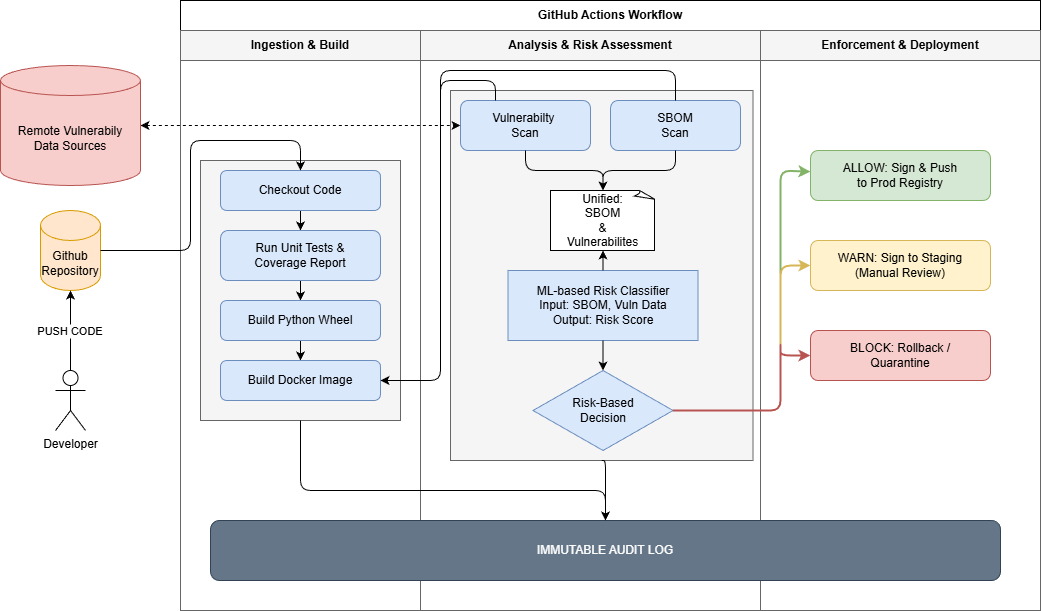
The draw.io diagram documentation/design/high-level-design.drawio.png in castroaj/risk-aware-supply-chain-security, before a commit. Source tidied: cells renumbered, new cells last; positions are measured from the earlier drawing's top-left corner, leaving out a move shared by most shapes. Its diagram source:
```xml
<mxGraphModel>
  <root>
    <mxCell id="0" />
    <mxCell id="1" parent="0" />
    <mxCell id="2" value="GitHub Actions Workflow" style="swimlane;whiteSpace=wrap;html=1;horizontal=1;startSize=30;fontStyle=1;" parent="1" vertex="1">
      <mxGeometry x="180" width="860" height="610" as="geometry" />
    </mxCell>
    <mxCell id="3" value="Ingestion &amp; Build" style="swimlane;whiteSpace=wrap;html=1;startSize=30;strokeColor=#666666;fillColor=#f5f5f5;" parent="2" vertex="1">
      <mxGeometry y="30" width="240" height="580" as="geometry" />
    </mxCell>
    <mxCell id="4" style="rounded=0;whiteSpace=wrap;html=1;fillColor=#f5f5f5;strokeColor=#666666;fontColor=#333333;" parent="3" vertex="1">
      <mxGeometry x="20" y="130" width="200" height="260" as="geometry" />
    </mxCell>
    <mxCell id="5" style="edgeStyle=none;html=1;exitX=0.5;exitY=1;exitDx=0;exitDy=0;" parent="3" edge="1" source="6" target="8">
      <mxGeometry relative="1" as="geometry" />
    </mxCell>
    <mxCell id="6" value="Checkout Code" style="rounded=1;whiteSpace=wrap;html=1;fillColor=#dae8fc;strokeColor=#6c8ebf;" parent="3" vertex="1">
      <mxGeometry x="40" y="140" width="160" height="40" as="geometry" />
    </mxCell>
    <mxCell id="7" style="edgeStyle=none;html=1;exitX=0.5;exitY=1;exitDx=0;exitDy=0;" parent="3" edge="1" source="8" target="10">
      <mxGeometry relative="1" as="geometry" />
    </mxCell>
    <mxCell id="8" value="Run Unit Tests &amp; &#10;Coverage Report" style="rounded=1;whiteSpace=wrap;html=1;fillColor=#dae8fc;strokeColor=#6c8ebf;" parent="3" vertex="1">
      <mxGeometry x="40" y="200" width="160" height="50" as="geometry" />
    </mxCell>
    <mxCell id="9" style="edgeStyle=none;html=1;exitX=0.5;exitY=1;exitDx=0;exitDy=0;" parent="3" edge="1" source="10" target="11">
      <mxGeometry relative="1" as="geometry" />
    </mxCell>
    <mxCell id="10" value="Build Python Wheel" style="rounded=1;whiteSpace=wrap;html=1;fillColor=#dae8fc;strokeColor=#6c8ebf;" parent="3" vertex="1">
      <mxGeometry x="40" y="270" width="160" height="40" as="geometry" />
    </mxCell>
    <mxCell id="11" value="Build Docker Image" style="rounded=1;whiteSpace=wrap;html=1;fillColor=#dae8fc;strokeColor=#6c8ebf;" parent="3" vertex="1">
      <mxGeometry x="40" y="330" width="160" height="40" as="geometry" />
    </mxCell>
    <mxCell id="12" value="Analysis &amp; Risk Assessment" style="swimlane;whiteSpace=wrap;html=1;startSize=30;strokeColor=#666666;fillColor=#f5f5f5;" parent="2" vertex="1">
      <mxGeometry x="240" y="30" width="340" height="580" as="geometry" />
    </mxCell>
    <mxCell id="13" style="rounded=0;whiteSpace=wrap;html=1;fillColor=#f5f5f5;strokeColor=#666666;fontColor=#333333;" parent="12" vertex="1">
      <mxGeometry x="30" y="60" width="302.5" height="370" as="geometry" />
    </mxCell>
    <mxCell id="14" value="Vulnerabilty&amp;nbsp;&lt;div&gt;Scan&lt;/div&gt;" style="rounded=1;whiteSpace=wrap;html=1;fillColor=#dae8fc;strokeColor=#6c8ebf;" parent="12" vertex="1">
      <mxGeometry x="40" y="70" width="130" height="50" as="geometry" />
    </mxCell>
    <mxCell id="15" value="SBOM&lt;br&gt;Scan" style="rounded=1;whiteSpace=wrap;html=1;fillColor=#dae8fc;strokeColor=#6c8ebf;" parent="12" vertex="1">
      <mxGeometry x="190" y="70" width="130" height="50" as="geometry" />
    </mxCell>
    <mxCell id="16" value="ML-based Risk Classifier&#10;Input: SBOM, Vuln Data&#10;Output: Risk Score" style="rounded=0;whiteSpace=wrap;html=1;fillColor=#dae8fc;strokeColor=#6c8ebf;" parent="12" vertex="1">
      <mxGeometry x="87.5" y="240" width="190" height="70" as="geometry" />
    </mxCell>
    <mxCell id="17" value="Risk-Based &#10;Decision" style="rhombus;whiteSpace=wrap;html=1;fillColor=#dae8fc;strokeColor=#6c8ebf;" parent="12" vertex="1">
      <mxGeometry x="112.5" y="340" width="140" height="80" as="geometry" />
    </mxCell>
    <mxCell id="18" style="entryX=0.5;entryY=0;entryDx=0;entryDy=0;entryPerimeter=0;edgeStyle=orthogonalEdgeStyle;" parent="12" edge="1" source="14" target="21">
      <mxGeometry relative="1" as="geometry" />
    </mxCell>
    <mxCell id="19" style="entryX=0.5;entryY=0;entryDx=0;entryDy=0;entryPerimeter=0;edgeStyle=orthogonalEdgeStyle;" parent="12" edge="1" source="15" target="21">
      <mxGeometry relative="1" as="geometry" />
    </mxCell>
    <mxCell id="20" parent="12" edge="1" source="16" target="17">
      <mxGeometry relative="1" as="geometry" />
    </mxCell>
    <mxCell id="21" value="&lt;div&gt;Unified:&lt;/div&gt;SBOM&lt;div&gt;&amp;amp;&lt;/div&gt;&lt;div&gt;Vulnerabilites&lt;/div&gt;" style="whiteSpace=wrap;html=1;shape=mxgraph.basic.document;" parent="12" vertex="1">
      <mxGeometry x="130" y="160" width="105" height="60" as="geometry" />
    </mxCell>
    <mxCell id="22" style="edgeStyle=none;html=1;exitX=0.5;exitY=0;exitDx=0;exitDy=0;entryX=0.5;entryY=1;entryDx=0;entryDy=0;entryPerimeter=0;" parent="12" edge="1" source="16" target="21">
      <mxGeometry relative="1" as="geometry" />
    </mxCell>
    <mxCell id="23" value="Enforcement &amp; Deployment" style="swimlane;whiteSpace=wrap;html=1;startSize=30;strokeColor=#666666;fillColor=#f5f5f5;" parent="2" vertex="1">
      <mxGeometry x="580" y="30" width="280" height="580" as="geometry" />
    </mxCell>
    <mxCell id="24" value="ALLOW: Sign &amp; Push &#10;to Prod Registry" style="rounded=1;whiteSpace=wrap;html=1;fillColor=#d5e8d4;strokeColor=#82b366;" parent="23" vertex="1">
      <mxGeometry x="50" y="120" width="180" height="50" as="geometry" />
    </mxCell>
    <mxCell id="25" value="WARN: Sign to Staging &#10;(Manual Review)" style="rounded=1;whiteSpace=wrap;html=1;fillColor=#fff2cc;strokeColor=#d6b656;" parent="23" vertex="1">
      <mxGeometry x="50" y="210" width="180" height="50" as="geometry" />
    </mxCell>
    <mxCell id="26" value="BLOCK: Rollback / &#10;Quarantine" style="rounded=1;whiteSpace=wrap;html=1;fillColor=#f8cecc;strokeColor=#b85450;" parent="23" vertex="1">
      <mxGeometry x="50" y="300" width="180" height="50" as="geometry" />
    </mxCell>
    <mxCell id="27" style="edgeStyle=orthogonalEdgeStyle;endArrow=none;endFill=0;startArrow=classic;startFill=1;exitX=1;exitY=0.5;exitDx=0;exitDy=0;" parent="2" edge="1" source="11" target="14">
      <mxGeometry relative="1" as="geometry">
        <Array as="points">
          <mxPoint x="260" y="380" />
          <mxPoint x="260" y="80" />
          <mxPoint x="315" y="80" />
        </Array>
      </mxGeometry>
    </mxCell>
    <mxCell id="28" style="fillColor=#d5e8d4;strokeColor=#82b366;strokeWidth=2;" parent="2" edge="1" source="17" target="24">
      <mxGeometry relative="1" as="geometry">
        <Array as="points">
          <mxPoint x="600" y="410" />
          <mxPoint x="600" y="260" />
          <mxPoint x="600" y="170" />
        </Array>
      </mxGeometry>
    </mxCell>
    <mxCell id="29" style="edgeStyle=orthogonalEdgeStyle;html=1;exitX=1;exitY=0.5;exitDx=0;exitDy=0;entryX=0;entryY=0.5;entryDx=0;entryDy=0;fillColor=#fff2cc;strokeColor=#d6b656;strokeWidth=2;" parent="2" edge="1" source="17" target="25">
      <mxGeometry relative="1" as="geometry">
        <Array as="points">
          <mxPoint x="600" y="410" />
          <mxPoint x="600" y="265" />
        </Array>
      </mxGeometry>
    </mxCell>
    <mxCell id="30" style="fillColor=#f8cecc;strokeColor=#b85450;strokeWidth=2;exitX=1;exitY=0.5;exitDx=0;exitDy=0;" parent="2" edge="1" source="17" target="26">
      <mxGeometry relative="1" as="geometry">
        <Array as="points">
          <mxPoint x="600" y="410" />
          <mxPoint x="600" y="340" />
          <mxPoint x="600" y="355" />
        </Array>
      </mxGeometry>
    </mxCell>
    <mxCell id="31" style="edgeStyle=orthogonalEdgeStyle;html=1;exitX=1;exitY=0.5;exitDx=0;exitDy=0;entryX=0.5;entryY=0;entryDx=0;entryDy=0;startArrow=classic;startFill=1;endArrow=none;endFill=0;" parent="2" edge="1" source="11" target="15">
      <mxGeometry relative="1" as="geometry">
        <Array as="points">
          <mxPoint x="260" y="380" />
          <mxPoint x="260" y="70" />
          <mxPoint x="495" y="70" />
        </Array>
      </mxGeometry>
    </mxCell>
    <mxCell id="32" value="Developer" style="shape=umlActor;verticalLabelPosition=bottom;verticalAlign=top;html=1;outlineConnect=0;" parent="1" vertex="1">
      <mxGeometry x="55" y="370" width="30" height="60" as="geometry" />
    </mxCell>
    <mxCell id="33" value="Github&lt;div&gt;Repository&lt;/div&gt;" style="shape=cylinder3;whiteSpace=wrap;html=1;boundedLbl=1;backgroundOutline=1;size=15;fillColor=#ffe6cc;strokeColor=#d79b00;" parent="1" vertex="1">
      <mxGeometry x="40" y="210" width="60" height="80" as="geometry" />
    </mxCell>
    <mxCell id="34" style="edgeStyle=none;html=1;exitX=1;exitY=0.5;exitDx=0;exitDy=0;exitPerimeter=0;dashed=1;startArrow=classic;startFill=1;" parent="1" edge="1" source="35" target="14">
      <mxGeometry relative="1" as="geometry" />
    </mxCell>
    <mxCell id="35" value="Remote Vulnerabily&lt;div&gt;Data Sources&lt;/div&gt;" style="shape=cylinder3;whiteSpace=wrap;html=1;boundedLbl=1;backgroundOutline=1;size=15;fillColor=#f8cecc;strokeColor=#b85450;" parent="1" vertex="1">
      <mxGeometry y="65" width="140" height="120" as="geometry" />
    </mxCell>
    <mxCell id="36" value="PUSH CODE" parent="1" edge="1" source="32" target="33">
      <mxGeometry relative="1" as="geometry" />
    </mxCell>
    <mxCell id="37" style="edgeStyle=orthogonalEdgeStyle;entryX=0.5;entryY=0;entryDx=0;entryDy=0;" parent="1" edge="1" source="33" target="6">
      <mxGeometry relative="1" as="geometry">
        <Array as="points">
          <mxPoint x="190" y="250" />
          <mxPoint x="190" y="140" />
          <mxPoint x="300" y="140" />
        </Array>
      </mxGeometry>
    </mxCell>
    <mxCell id="38" value="IMMUTABLE AUDIT LOG" style="rounded=1;whiteSpace=wrap;html=1;fillColor=#647687;fontColor=#ffffff;strokeColor=#314354;" parent="1" vertex="1">
      <mxGeometry x="210" y="520" width="790" height="60" as="geometry" />
    </mxCell>
    <mxCell id="39" style="edgeStyle=orthogonalEdgeStyle;html=1;exitX=0.5;exitY=1;exitDx=0;exitDy=0;entryX=0.5;entryY=0;entryDx=0;entryDy=0;" parent="1" edge="1" source="4" target="38">
      <mxGeometry relative="1" as="geometry">
        <Array as="points">
          <mxPoint x="300" y="490" />
          <mxPoint x="605" y="490" />
        </Array>
      </mxGeometry>
    </mxCell>
    <mxCell id="40" style="edgeStyle=orthogonalEdgeStyle;html=1;exitX=0.5;exitY=1;exitDx=0;exitDy=0;entryX=0.5;entryY=0;entryDx=0;entryDy=0;" parent="1" edge="1" source="13" target="38">
      <mxGeometry relative="1" as="geometry">
        <Array as="points">
          <mxPoint x="605" y="460" />
        </Array>
      </mxGeometry>
    </mxCell>
  </root>
</mxGraphModel>
```
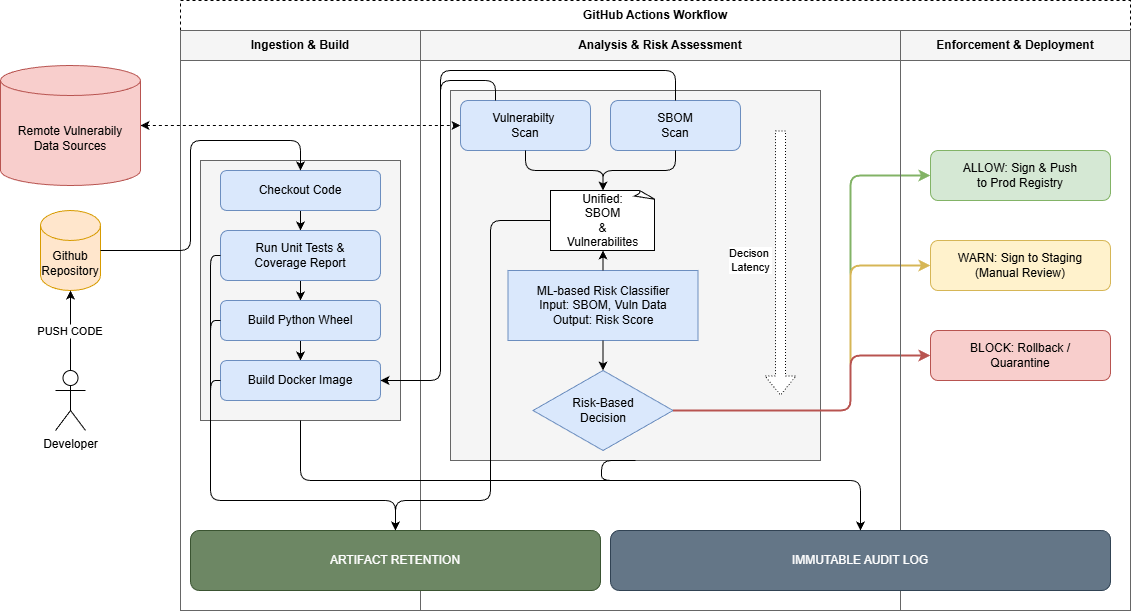
The same diagram one commit later.

Commit message:
Patched the high level diagram per joseph's comments - Added artifact retention bucket - Added indicator for decision latency

What changed in the source:
```diff
@@ -2,8 +2,8 @@
   <root>
     <mxCell id="0" />
     <mxCell id="1" parent="0" />
-    <mxCell id="2" value="GitHub Actions Workflow" style="swimlane;whiteSpace=wrap;html=1;horizontal=1;startSize=30;fontStyle=1;" parent="1" vertex="1">
-      <mxGeometry x="180" width="860" height="610" as="geometry" />
+    <mxCell id="2" value="GitHub Actions Workflow" style="swimlane;whiteSpace=wrap;html=1;horizontal=1;startSize=30;fontStyle=1;dashed=1;" parent="1" vertex="1">
+      <mxGeometry x="180" width="950" height="610" as="geometry" />
     </mxCell>
     <mxCell id="3" value="Ingestion &amp; Build" style="swimlane;whiteSpace=wrap;html=1;startSize=30;strokeColor=#666666;fillColor=#f5f5f5;" parent="2" vertex="1">
       <mxGeometry y="30" width="240" height="580" as="geometry" />
@@ -33,10 +33,10 @@
       <mxGeometry x="40" y="330" width="160" height="40" as="geometry" />
     </mxCell>
     <mxCell id="12" value="Analysis &amp; Risk Assessment" style="swimlane;whiteSpace=wrap;html=1;startSize=30;strokeColor=#666666;fillColor=#f5f5f5;" parent="2" vertex="1">
-      <mxGeometry x="240" y="30" width="340" height="580" as="geometry" />
+      <mxGeometry x="240" y="30" width="480" height="580" as="geometry" />
     </mxCell>
     <mxCell id="13" style="rounded=0;whiteSpace=wrap;html=1;fillColor=#f5f5f5;strokeColor=#666666;fontColor=#333333;" parent="12" vertex="1">
-      <mxGeometry x="30" y="60" width="302.5" height="370" as="geometry" />
+      <mxGeometry x="30" y="60" width="370" height="370" as="geometry" />
     </mxCell>
     <mxCell id="14" value="Vulnerabilty&amp;nbsp;&lt;div&gt;Scan&lt;/div&gt;" style="rounded=1;whiteSpace=wrap;html=1;fillColor=#dae8fc;strokeColor=#6c8ebf;" parent="12" vertex="1">
       <mxGeometry x="40" y="70" width="130" height="50" as="geometry" />
@@ -65,18 +65,12 @@
     <mxCell id="22" style="edgeStyle=none;html=1;exitX=0.5;exitY=0;exitDx=0;exitDy=0;entryX=0.5;entryY=1;entryDx=0;entryDy=0;entryPerimeter=0;" parent="12" edge="1" source="16" target="21">
       <mxGeometry relative="1" as="geometry" />
     </mxCell>
-    <mxCell id="23" value="Enforcement &amp; Deployment" style="swimlane;whiteSpace=wrap;html=1;startSize=30;strokeColor=#666666;fillColor=#f5f5f5;" parent="2" vertex="1">
-      <mxGeometry x="580" y="30" width="280" height="580" as="geometry" />
-    </mxCell>
-    <mxCell id="24" value="ALLOW: Sign &amp; Push &#10;to Prod Registry" style="rounded=1;whiteSpace=wrap;html=1;fillColor=#d5e8d4;strokeColor=#82b366;" parent="23" vertex="1">
-      <mxGeometry x="50" y="120" width="180" height="50" as="geometry" />
-    </mxCell>
-    <mxCell id="25" value="WARN: Sign to Staging &#10;(Manual Review)" style="rounded=1;whiteSpace=wrap;html=1;fillColor=#fff2cc;strokeColor=#d6b656;" parent="23" vertex="1">
-      <mxGeometry x="50" y="210" width="180" height="50" as="geometry" />
-    </mxCell>
-    <mxCell id="26" value="BLOCK: Rollback / &#10;Quarantine" style="rounded=1;whiteSpace=wrap;html=1;fillColor=#f8cecc;strokeColor=#b85450;" parent="23" vertex="1">
-      <mxGeometry x="50" y="300" width="180" height="50" as="geometry" />
-    </mxCell>
+    <mxCell id="41" value="Decison&amp;nbsp;&lt;div&gt;Latency&lt;/div&gt;" style="shape=flexArrow;endArrow=classic;html=1;dashed=1;dashPattern=1 2;fillColor=default;" parent="12" edge="1">
+      <mxGeometry x="-0.02" y="-30" relative="1" as="geometry">
+        <mxPoint x="360" y="100" as="sourcePoint" />
+        <mxPoint x="360" y="365" as="targetPoint" />
+      </mxGeometry>
+    </mxCell>
     <mxCell id="27" style="edgeStyle=orthogonalEdgeStyle;endArrow=none;endFill=0;startArrow=classic;startFill=1;exitX=1;exitY=0.5;exitDx=0;exitDy=0;" parent="2" edge="1" source="11" target="14">
       <mxGeometry relative="1" as="geometry">
         <Array as="points">
@@ -90,16 +84,17 @@
       <mxGeometry relative="1" as="geometry">
         <Array as="points">
           <mxPoint x="600" y="410" />
-          <mxPoint x="600" y="260" />
-          <mxPoint x="600" y="170" />
+          <mxPoint x="670" y="410" />
+          <mxPoint x="670" y="270" />
+          <mxPoint x="670" y="175" />
         </Array>
       </mxGeometry>
     </mxCell>
     <mxCell id="29" style="edgeStyle=orthogonalEdgeStyle;html=1;exitX=1;exitY=0.5;exitDx=0;exitDy=0;entryX=0;entryY=0.5;entryDx=0;entryDy=0;fillColor=#fff2cc;strokeColor=#d6b656;strokeWidth=2;" parent="2" edge="1" source="17" target="25">
       <mxGeometry relative="1" as="geometry">
         <Array as="points">
-          <mxPoint x="600" y="410" />
-          <mxPoint x="600" y="265" />
+          <mxPoint x="670" y="410" />
+          <mxPoint x="670" y="265" />
         </Array>
       </mxGeometry>
     </mxCell>
@@ -107,8 +102,8 @@
       <mxGeometry relative="1" as="geometry">
         <Array as="points">
           <mxPoint x="600" y="410" />
-          <mxPoint x="600" y="340" />
-          <mxPoint x="600" y="355" />
+          <mxPoint x="670" y="410" />
+          <mxPoint x="670" y="355" />
         </Array>
       </mxGeometry>
     </mxCell>
@@ -121,6 +116,18 @@
         </Array>
       </mxGeometry>
     </mxCell>
+    <mxCell id="23" value="Enforcement &amp; Deployment" style="swimlane;whiteSpace=wrap;html=1;startSize=30;strokeColor=#666666;fillColor=#f5f5f5;" parent="2" vertex="1">
+      <mxGeometry x="720" y="30" width="230" height="580" as="geometry" />
+    </mxCell>
+    <mxCell id="24" value="ALLOW: Sign &amp; Push &#10;to Prod Registry" style="rounded=1;whiteSpace=wrap;html=1;fillColor=#d5e8d4;strokeColor=#82b366;" parent="23" vertex="1">
+      <mxGeometry x="30" y="120" width="180" height="50" as="geometry" />
+    </mxCell>
+    <mxCell id="25" value="WARN: Sign to Staging &#10;(Manual Review)" style="rounded=1;whiteSpace=wrap;html=1;fillColor=#fff2cc;strokeColor=#d6b656;" parent="23" vertex="1">
+      <mxGeometry x="30" y="210" width="180" height="50" as="geometry" />
+    </mxCell>
+    <mxCell id="26" value="BLOCK: Rollback / &#10;Quarantine" style="rounded=1;whiteSpace=wrap;html=1;fillColor=#f8cecc;strokeColor=#b85450;" parent="23" vertex="1">
+      <mxGeometry x="30" y="300" width="180" height="50" as="geometry" />
+    </mxCell>
     <mxCell id="32" value="Developer" style="shape=umlActor;verticalLabelPosition=bottom;verticalAlign=top;html=1;outlineConnect=0;" parent="1" vertex="1">
       <mxGeometry x="55" y="370" width="30" height="60" as="geometry" />
     </mxCell>
@@ -146,22 +153,62 @@
       </mxGeometry>
     </mxCell>
     <mxCell id="38" value="IMMUTABLE AUDIT LOG" style="rounded=1;whiteSpace=wrap;html=1;fillColor=#647687;fontColor=#ffffff;strokeColor=#314354;" parent="1" vertex="1">
-      <mxGeometry x="210" y="520" width="790" height="60" as="geometry" />
+      <mxGeometry x="610" y="530" width="500" height="60" as="geometry" />
     </mxCell>
     <mxCell id="39" style="edgeStyle=orthogonalEdgeStyle;html=1;exitX=0.5;exitY=1;exitDx=0;exitDy=0;entryX=0.5;entryY=0;entryDx=0;entryDy=0;" parent="1" edge="1" source="4" target="38">
       <mxGeometry relative="1" as="geometry">
         <Array as="points">
-          <mxPoint x="300" y="490" />
-          <mxPoint x="605" y="490" />
+          <mxPoint x="300" y="480" />
+          <mxPoint x="860" y="480" />
         </Array>
       </mxGeometry>
     </mxCell>
     <mxCell id="40" style="edgeStyle=orthogonalEdgeStyle;html=1;exitX=0.5;exitY=1;exitDx=0;exitDy=0;entryX=0.5;entryY=0;entryDx=0;entryDy=0;" parent="1" edge="1" source="13" target="38">
       <mxGeometry relative="1" as="geometry">
         <Array as="points">
-          <mxPoint x="605" y="460" />
+          <mxPoint x="601" y="480" />
+          <mxPoint x="860" y="480" />
         </Array>
       </mxGeometry>
     </mxCell>
+    <mxCell id="42" value="ARTIFACT RETENTION" style="rounded=1;whiteSpace=wrap;html=1;fillColor=#6d8764;strokeColor=#3A5431;fontColor=#ffffff;" parent="1" vertex="1">
+      <mxGeometry x="190" y="530" width="410" height="60" as="geometry" />
+    </mxCell>
+    <mxCell id="43" style="edgeStyle=orthogonalEdgeStyle;html=1;exitX=0;exitY=0.5;exitDx=0;exitDy=0;exitPerimeter=0;entryX=0.5;entryY=0;entryDx=0;entryDy=0;" parent="1" edge="1" source="21" target="42">
+      <mxGeometry relative="1" as="geometry">
+        <Array as="points">
+          <mxPoint x="490" y="220" />
+          <mxPoint x="490" y="500" />
+          <mxPoint x="395" y="500" />
+        </Array>
+      </mxGeometry>
+    </mxCell>
+    <mxCell id="44" style="edgeStyle=orthogonalEdgeStyle;html=1;exitX=0;exitY=0.5;exitDx=0;exitDy=0;entryX=0.5;entryY=0;entryDx=0;entryDy=0;" parent="1" edge="1" source="11" target="42">
+      <mxGeometry relative="1" as="geometry">
+        <Array as="points">
+          <mxPoint x="210" y="380" />
+          <mxPoint x="210" y="500" />
+          <mxPoint x="395" y="500" />
+        </Array>
+      </mxGeometry>
+    </mxCell>
+    <mxCell id="45" style="edgeStyle=orthogonalEdgeStyle;html=1;exitX=0;exitY=0.5;exitDx=0;exitDy=0;entryX=0.5;entryY=0;entryDx=0;entryDy=0;" parent="1" edge="1" source="10" target="42">
+      <mxGeometry relative="1" as="geometry">
+        <Array as="points">
+          <mxPoint x="210" y="320" />
+          <mxPoint x="210" y="500" />
+          <mxPoint x="395" y="500" />
+        </Array>
+      </mxGeometry>
+    </mxCell>
+    <mxCell id="46" style="edgeStyle=orthogonalEdgeStyle;html=1;exitX=0;exitY=0.5;exitDx=0;exitDy=0;entryX=0.5;entryY=0;entryDx=0;entryDy=0;" parent="1" edge="1" source="8" target="42">
+      <mxGeometry relative="1" as="geometry">
+        <Array as="points">
+          <mxPoint x="210" y="255" />
+          <mxPoint x="210" y="500" />
+          <mxPoint x="395" y="500" />
+        </Array>
+      </mxGeometry>
+    </mxCell>
   </root>
 </mxGraphModel>
```
